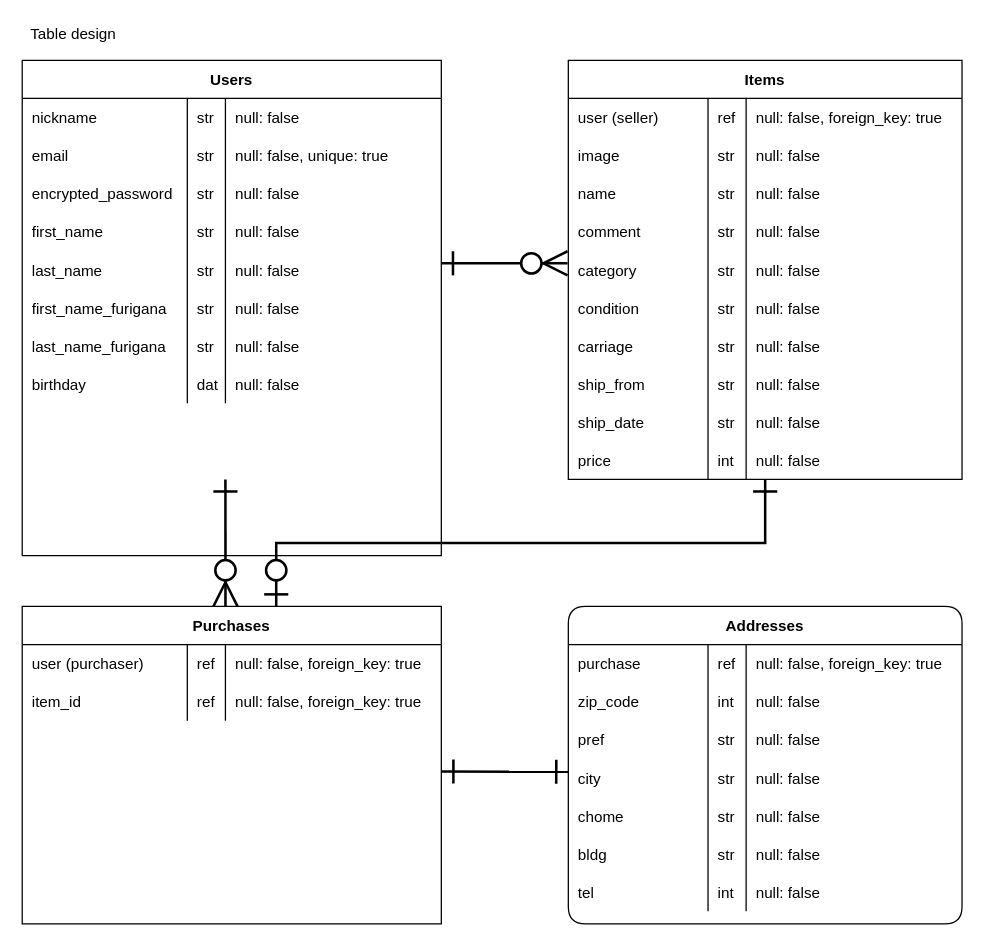
Above: ERmap.dio in s-inoway/furima-28637 (draw.io), before the change. Source tidied: cells renumbered, new cells numbered last; positions are measured from the earlier drawing's top-left corner, leaving out a move shared by most shapes. Both pictures are drawn from the tidied source at 127%, with x=0, y=0 at pixel (22, 22).
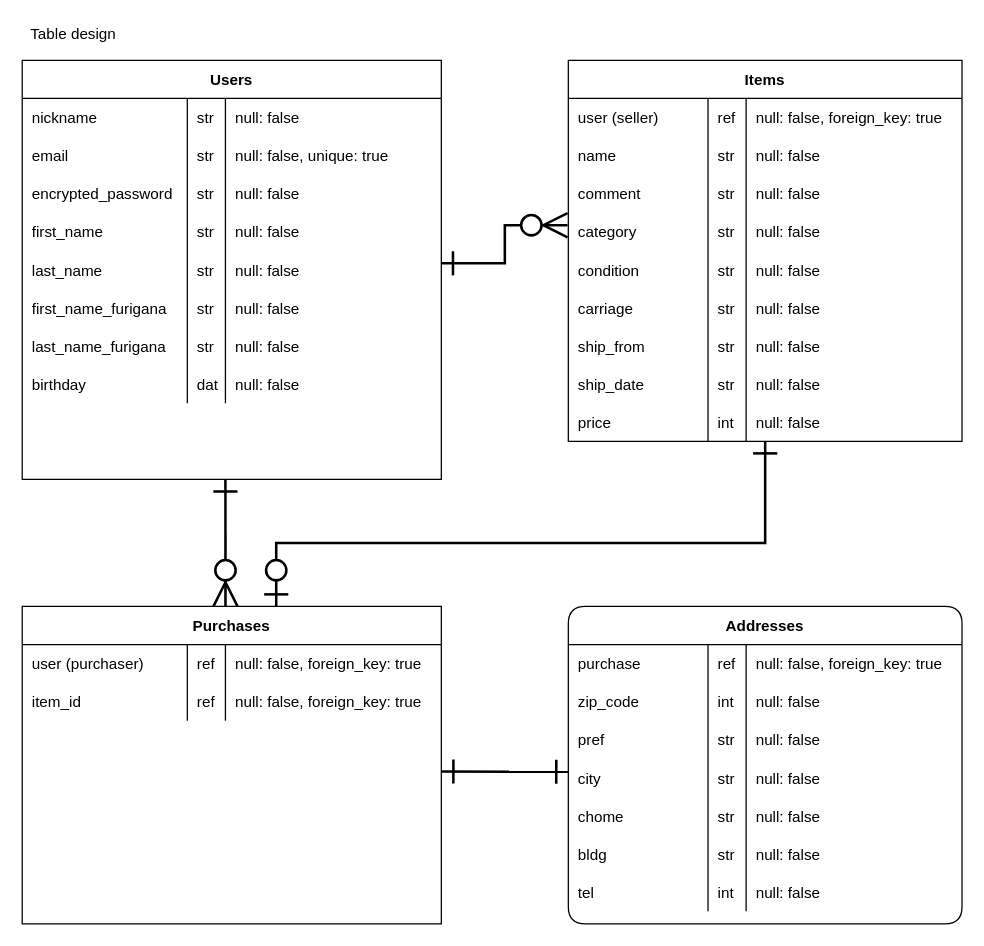
The same page after the edit.

Commit message (it also covers changes not shown here):
itemsテーブルからimageカラムを削除

The edit, as a diff of the source:
```diff
@@
     <mxCell id="3" value="Users" style="shape=table;startSize=30;childLayout=tableLayout;rowLines=0;fontStyle=1;align=center;" parent="1" vertex="1">
-      <mxGeometry y="30" width="330" height="390" as="geometry" />
+      <mxGeometry y="30" width="330" height="330" as="geometry" />
     </mxCell>
@@
     <mxCell id="37" value="Items" style="shape=table;startSize=30;childLayout=tableLayout;rowLines=0;fontStyle=1;align=center;rounded=0;" parent="1" vertex="1">
-      <mxGeometry x="430" y="30" width="310" height="330" as="geometry" />
+      <mxGeometry x="430" y="30" width="310" height="300" as="geometry" />
     </mxCell>
@@
-    <mxCell id="42" style="shape=partialRectangle;fillColor=none;top=0;left=0;bottom=0;right=0;" parent="37" vertex="1">
-      <mxGeometry y="60" width="310" height="30" as="geometry" />
-    </mxCell>
-    <mxCell id="43" value="image" style="shape=partialRectangle;fillColor=none;top=0;left=0;bottom=0;right=0;align=left;spacingLeft=6;overflow=hidden;" parent="42" vertex="1">
-      <mxGeometry width="110" height="30" as="geometry" />
-    </mxCell>
-    <mxCell id="44" value="str" style="shape=partialRectangle;fillColor=none;top=0;left=0;bottom=0;right=0;align=left;spacingLeft=6;overflow=hidden;" parent="42" vertex="1">
-      <mxGeometry x="110" width="30" height="30" as="geometry" />
-    </mxCell>
-    <mxCell id="45" value="null: false" style="shape=partialRectangle;fillColor=none;top=0;left=0;bottom=0;right=0;align=left;spacingLeft=6;overflow=hidden;" parent="42" vertex="1">
-      <mxGeometry x="140" width="170" height="30" as="geometry" />
-    </mxCell>
     <mxCell id="46" style="shape=partialRectangle;fillColor=none;top=0;left=0;bottom=0;right=0;" parent="37" vertex="1">
-      <mxGeometry y="90" width="310" height="30" as="geometry" />
+      <mxGeometry y="60" width="310" height="30" as="geometry" />
     </mxCell>
@@
     <mxCell id="50" style="shape=partialRectangle;fillColor=none;top=0;left=0;bottom=0;right=0;" parent="37" vertex="1">
-      <mxGeometry y="120" width="310" height="30" as="geometry" />
+      <mxGeometry y="90" width="310" height="30" as="geometry" />
     </mxCell>
@@
     <mxCell id="54" style="shape=partialRectangle;fillColor=none;top=0;left=0;bottom=0;right=0;points=[[0,0.5],[1,0.5]];portConstraint=eastwest;" parent="37" vertex="1">
-      <mxGeometry y="150" width="310" height="30" as="geometry" />
+      <mxGeometry y="120" width="310" height="30" as="geometry" />
     </mxCell>
@@
     <mxCell id="58" style="shape=partialRectangle;fillColor=none;top=0;left=0;bottom=0;right=0;" parent="37" vertex="1">
-      <mxGeometry y="180" width="310" height="30" as="geometry" />
+      <mxGeometry y="150" width="310" height="30" as="geometry" />
     </mxCell>
@@
     <mxCell id="62" style="shape=partialRectangle;fillColor=none;top=0;left=0;bottom=0;right=0;" parent="37" vertex="1">
-      <mxGeometry y="210" width="310" height="30" as="geometry" />
+      <mxGeometry y="180" width="310" height="30" as="geometry" />
     </mxCell>
@@
     <mxCell id="66" style="shape=partialRectangle;fillColor=none;top=0;left=0;bottom=0;right=0;" parent="37" vertex="1">
-      <mxGeometry y="240" width="310" height="30" as="geometry" />
+      <mxGeometry y="210" width="310" height="30" as="geometry" />
     </mxCell>
@@
     <mxCell id="70" style="shape=partialRectangle;fillColor=none;top=0;left=0;bottom=0;right=0;" parent="37" vertex="1">
-      <mxGeometry y="270" width="310" height="30" as="geometry" />
+      <mxGeometry y="240" width="310" height="30" as="geometry" />
     </mxCell>
@@
     <mxCell id="74" style="shape=partialRectangle;fillColor=none;top=0;left=0;bottom=0;right=0;" parent="37" vertex="1">
-      <mxGeometry y="300" width="310" height="30" as="geometry" />
+      <mxGeometry y="270" width="310" height="30" as="geometry" />
     </mxCell>
```
